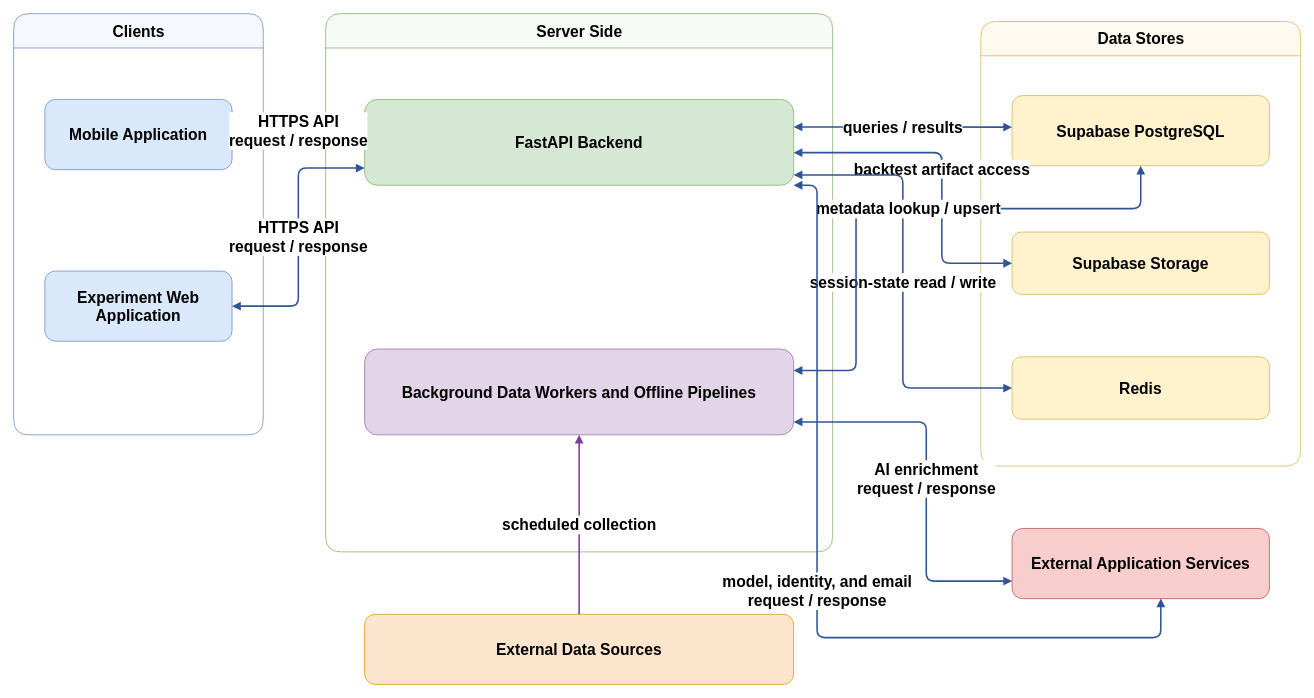
The draw.io diagram report/diagrams/chapter4/stockrium_client_server_architecture.drawio in lqhuy04/Thesis-22125031-22125035, before the edit. Source tidied: cells renumbered, new cells numbered last; positions are measured from the earlier drawing's top-left corner, leaving out a move shared by most shapes. Both pictures are drawn from the tidied source at 78%, with x=0, y=0 at pixel (13, 13).
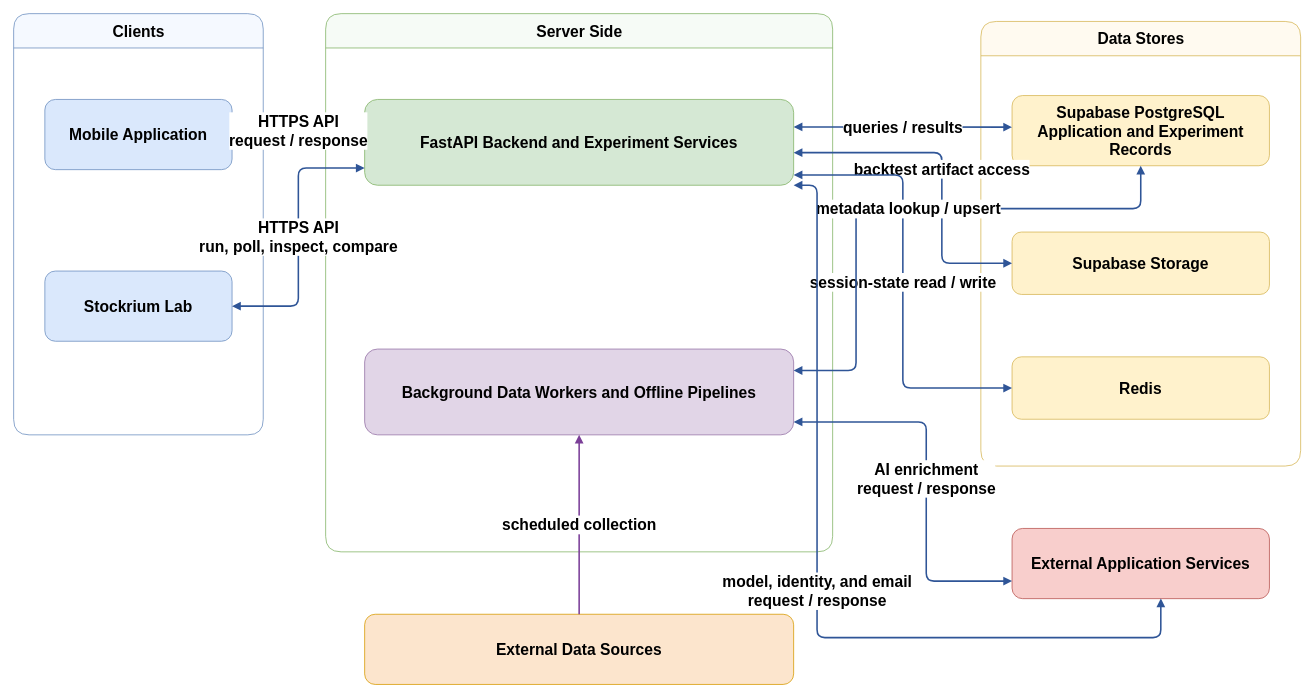
Above is the later version.

Change to the diagram source:
```diff
@@
-    <mxCell id="6" value="&lt;span&gt;Experiment Web Application&lt;/span&gt;" style="rounded=1;whiteSpace=wrap;html=1;fillColor=#dae8fc;strokeColor=#6c8ebf;fontSize=20;spacing=8;fontStyle=1;" parent="1" vertex="1">
+    <mxCell id="6" value="&lt;span&gt;Stockrium Lab&lt;/span&gt;" style="rounded=1;whiteSpace=wrap;html=1;fillColor=#dae8fc;strokeColor=#6c8ebf;fontSize=20;spacing=8;fontStyle=1;" parent="1" vertex="1">
       <mxGeometry x="40" y="330" width="240" height="90" as="geometry" />
     </mxCell>
-    <mxCell id="7" value="&lt;span&gt;FastAPI Backend&lt;/span&gt;" style="rounded=1;whiteSpace=wrap;html=1;fillColor=#d5e8d4;strokeColor=#82b366;fontSize=20;spacing=10;fontStyle=1;" parent="1" vertex="1">
+    <mxCell id="7" value="&lt;span&gt;FastAPI Backend and Experiment Services&lt;/span&gt;" style="rounded=1;whiteSpace=wrap;html=1;fillColor=#d5e8d4;strokeColor=#82b366;fontSize=20;spacing=10;fontStyle=1;" parent="1" vertex="1">
       <mxGeometry x="450" y="110" width="550" height="110" as="geometry" />
     </mxCell>
@@
-    <mxCell id="9" value="&lt;span&gt;Supabase PostgreSQL&lt;/span&gt;" style="rounded=1;whiteSpace=wrap;html=1;fillColor=#fff2cc;strokeColor=#d6b656;fontSize=20;spacing=8;fontStyle=1;" parent="1" vertex="1">
+    <mxCell id="9" value="&lt;span&gt;Supabase PostgreSQL&lt;br&gt;Application and Experiment Records&lt;/span&gt;" style="rounded=1;whiteSpace=wrap;html=1;fillColor=#fff2cc;strokeColor=#d6b656;fontSize=20;spacing=8;fontStyle=1;" parent="1" vertex="1">
       <mxGeometry x="1280" y="105" width="330" height="90" as="geometry" />
     </mxCell>
@@
-    <mxCell id="15" value="HTTPS API&lt;br&gt;request / response" style="edgeStyle=orthogonalEdgeStyle;rounded=1;jettySize=auto;html=1;startArrow=block;startFill=1;endArrow=block;endFill=1;strokeColor=#2f5597;strokeWidth=2;fontSize=20;labelBackgroundColor=#ffffff;exitX=1;exitY=0.5;entryX=0;entryY=0.8;fontStyle=1;" parent="1" edge="1" source="6" target="7">
+    <mxCell id="15" value="HTTPS API&lt;br&gt;run, poll, inspect, compare" style="edgeStyle=orthogonalEdgeStyle;rounded=1;jettySize=auto;html=1;startArrow=block;startFill=1;endArrow=block;endFill=1;strokeColor=#2f5597;strokeWidth=2;fontSize=20;labelBackgroundColor=#ffffff;exitX=1;exitY=0.5;entryX=0;entryY=0.8;fontStyle=1;" parent="1" edge="1" source="6" target="7">
       <mxGeometry relative="1" as="geometry" />
     </mxCell>
```
